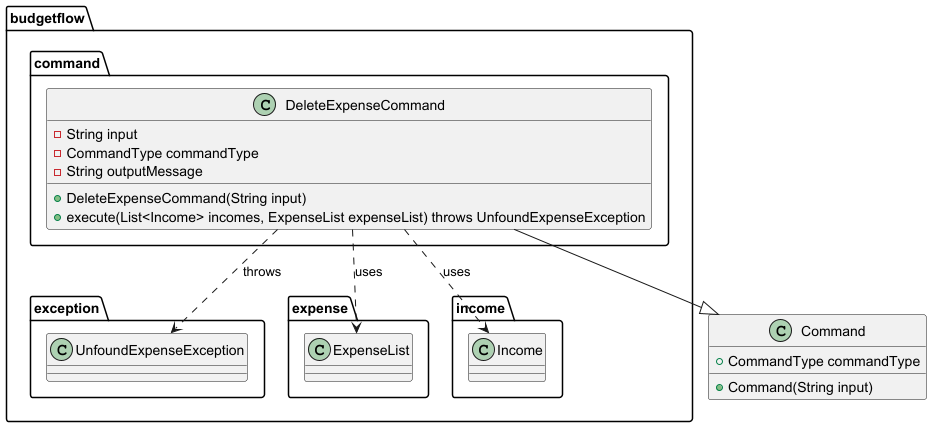
The PlantUML diagram docs/diagrams/DeleteExpenseCommandClass.png in thienkimtranhoang/tp, before a commit.
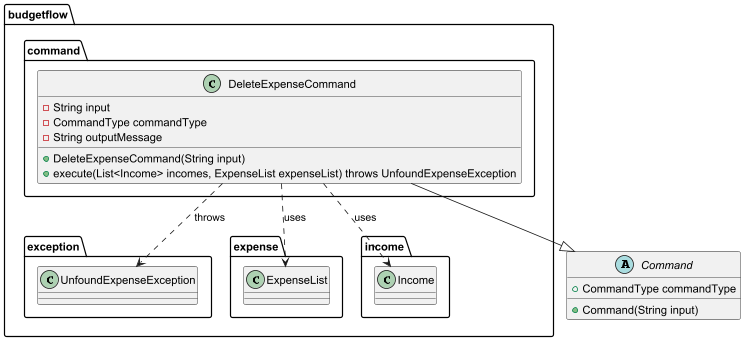
Later version of the same file.

Commit message:
update plantUML class and sequence diagrams

What changed in the source:
```diff
@@ -22,7 +22,7 @@
     class Income
 }
 
-class Command {
+abstract class Command {
     + Command(String input)
     + CommandType commandType
 }
```
